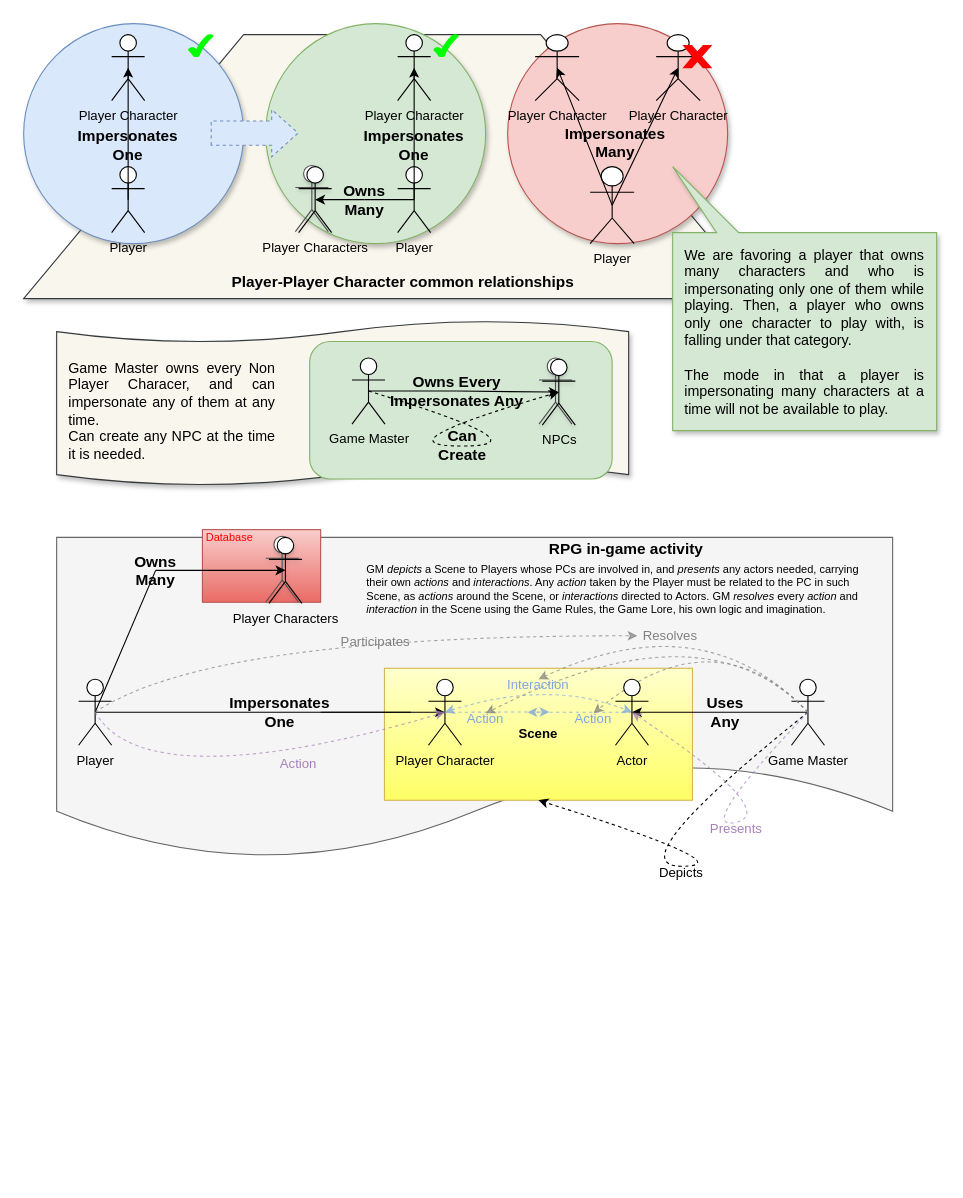
Earlier version of the draw.io diagram diagrams/Design.drawio (ManOguaR/Ontology). Source tidied: cells renumbered, new cells numbered last; positions are measured from the earlier drawing's top-left corner, leaving out a move shared by most shapes. Both pictures are drawn from the tidied source at 110%, with x=0, y=0 at pixel (23, 23).
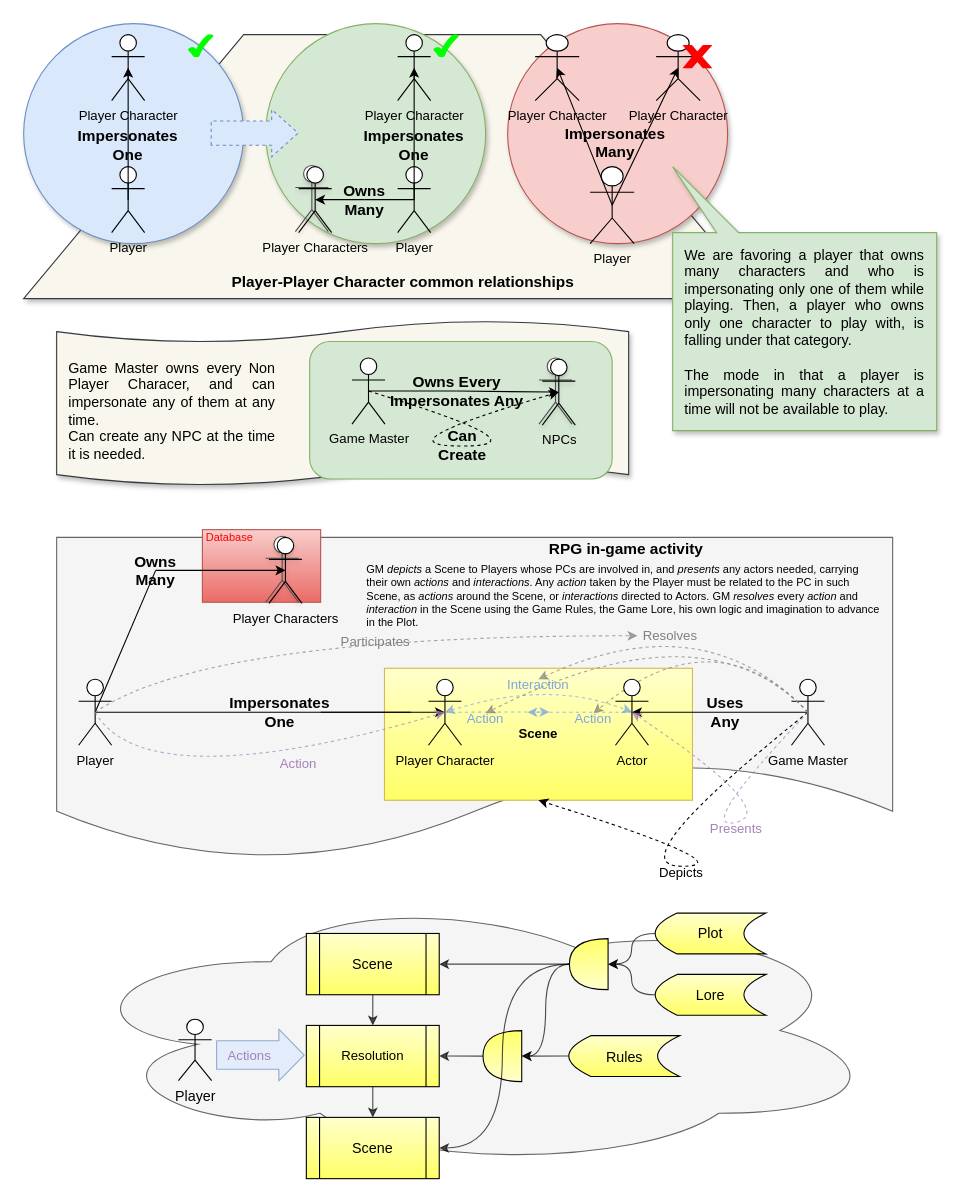
The same diagram, later.

The change refers to these unchanged cells:
```xml
<mxCell id="49" style="group;" parent="1" vertex="1">
  <mxGeometry x="30" y="460" width="760" height="322" as="geometry" />
</mxCell>
```

Diff of the diagram source:
```diff
@@
-    <mxCell id="86" value="GM&amp;nbsp;&lt;i&gt;depicts &lt;/i&gt;a Scene to Players whose PCs are involved in, and &lt;i&gt;presents &lt;/i&gt;any actors needed, carrying their own &lt;i&gt;actions&lt;/i&gt;&amp;nbsp;and &lt;i&gt;interactions&lt;/i&gt;. Any &lt;i&gt;action &lt;/i&gt;taken by the Player must be related to the PC in such Scene, as &lt;i&gt;actions&lt;/i&gt;&amp;nbsp;around the Scene, or &lt;i&gt;interactions&lt;/i&gt;&amp;nbsp;directed to Actors. GM &lt;i&gt;resolves&lt;/i&gt;&amp;nbsp;every &lt;i&gt;action&lt;/i&gt;&amp;nbsp;and &lt;i&gt;interaction&lt;/i&gt;&amp;nbsp;in the Scene using the Game Rules, the Game Lore, his own logic and imagination." style="text;html=1;strokeColor=none;fillColor=none;align=left;verticalAlign=top;whiteSpace=wrap;rounded=0;fontSize=10;fontColor=#000000;spacing=0;spacingTop=-4;spacingLeft=2;spacingRight=2;" parent="49" vertex="1">
-      <mxGeometry x="280" y="30" width="470" height="50" as="geometry" />
+    <mxCell id="86" value="GM&amp;nbsp;&lt;i&gt;depicts &lt;/i&gt;a Scene to Players whose PCs are involved in, and &lt;i&gt;presents &lt;/i&gt;any actors needed, carrying their own &lt;i&gt;actions&lt;/i&gt;&amp;nbsp;and &lt;i&gt;interactions&lt;/i&gt;. Any &lt;i&gt;action &lt;/i&gt;taken by the Player must be related to the PC in such Scene, as &lt;i&gt;actions&lt;/i&gt;&amp;nbsp;around the Scene, or &lt;i&gt;interactions&lt;/i&gt;&amp;nbsp;directed to Actors. GM &lt;i&gt;resolves&lt;/i&gt;&amp;nbsp;every &lt;i&gt;action&lt;/i&gt;&amp;nbsp;and &lt;i&gt;interaction&lt;/i&gt;&amp;nbsp;in the Scene using the Game Rules, the Game Lore, his own logic and imagination to advance in the Plot." style="text;html=1;strokeColor=none;fillColor=none;align=left;verticalAlign=top;whiteSpace=wrap;rounded=0;fontSize=10;fontColor=#000000;spacing=0;spacingTop=-4;spacingLeft=2;spacingRight=2;" parent="49" vertex="1">
+      <mxGeometry x="280" y="30" width="470" height="60" as="geometry" />
     </mxCell>
+    <mxCell id="87" style="group;" parent="1" vertex="1">
+      <mxGeometry x="40" y="790" width="740" height="260" as="geometry" />
+    </mxCell>
+    <mxCell id="88" style="ellipse;shape=cloud;whiteSpace=wrap;html=1;fontSize=12;fontColor=#333333;fillColor=#f5f5f5;strokeColor=#666666;" parent="87" vertex="1">
+      <mxGeometry width="740" height="250.7" as="geometry" />
+    </mxCell>
+    <mxCell id="89" value="Scene" style="shape=process;whiteSpace=wrap;html=1;backgroundOutline=1;fontSize=13;fontColor=#000000;fillColor=#FFFFCC;gradientColor=#FFFF66;" parent="87" vertex="1">
+      <mxGeometry x="217" y="37.1" width="120.8" height="55.7" as="geometry" />
+    </mxCell>
+    <mxCell id="90" value="Plot" style="shape=dataStorage;whiteSpace=wrap;html=1;fixedSize=1;fontSize=13;fontColor=#000000;fillColor=#FFFFCC;gradientColor=#FFFF66;" parent="87" vertex="1">
+      <mxGeometry x="534.1" y="18.6" width="100.7" height="37.1" as="geometry" />
+    </mxCell>
+    <mxCell id="91" value="Lore" style="shape=dataStorage;whiteSpace=wrap;html=1;fixedSize=1;fontSize=13;fontColor=#000000;fillColor=#FFFFCC;gradientColor=#FFFF66;" parent="87" vertex="1">
+      <mxGeometry x="534.1" y="74.3" width="100.7" height="37.1" as="geometry" />
+    </mxCell>
+    <mxCell id="92" style="edgeStyle=orthogonalEdgeStyle;curved=1;jettySize=auto;html=1;exitX=1;exitY=0.5;exitDx=0;exitDy=0;exitPerimeter=0;strokeColor=#000000;fontSize=13;fontColor=#000000;opacity=70;" parent="87" edge="1" source="93" target="89">
+      <mxGeometry relative="1" as="geometry" />
+    </mxCell>
+    <mxCell id="93" style="shape=or;whiteSpace=wrap;html=1;fontSize=13;fontColor=#000000;fillColor=#FFFFCC;gradientColor=#FFFF66;rotation=-180;" parent="87" vertex="1">
+      <mxGeometry x="456.1" y="41.8" width="35.2" height="46.4" as="geometry" />
+    </mxCell>
+    <mxCell id="94" style="edgeStyle=orthogonalEdgeStyle;curved=1;jettySize=auto;html=1;exitX=0;exitY=0.5;exitDx=0;exitDy=0;entryX=0;entryY=0.5;entryDx=0;entryDy=0;entryPerimeter=0;strokeColor=#000000;fontSize=13;fontColor=#000000;opacity=70;" parent="87" edge="1" source="90" target="93">
+      <mxGeometry relative="1" as="geometry" />
+    </mxCell>
+    <mxCell id="95" style="edgeStyle=orthogonalEdgeStyle;curved=1;jettySize=auto;html=1;exitX=0;exitY=0.5;exitDx=0;exitDy=0;strokeColor=#000000;fontSize=13;fontColor=#000000;opacity=70;" parent="87" edge="1" source="91" target="93">
+      <mxGeometry relative="1" as="geometry" />
+    </mxCell>
+    <mxCell id="96" value="Player" style="shape=umlActor;verticalLabelPosition=bottom;verticalAlign=top;html=1;fontSize=13;" parent="87" vertex="1">
+      <mxGeometry x="100.7" y="115.1" width="30.2" height="55.7" as="geometry" />
+    </mxCell>
+    <mxCell id="97" value="&lt;font style=&quot;font-size: 12px;&quot;&gt;Actions&lt;/font&gt;" style="shape=flexArrow;endArrow=classic;html=1;strokeColor=#6c8ebf;fontSize=13;fontColor=#A680B8;opacity=70;curved=1;width=26;endSize=7.33;fillColor=#dae8fc;labelBackgroundColor=none;" parent="87" edge="1">
+      <mxGeometry x="-0.25" relative="1" as="geometry">
+        <mxPoint x="134.9" y="147.6" as="sourcePoint" />
+        <mxPoint x="215.5" y="147.6" as="targetPoint" />
+      </mxGeometry>
+    </mxCell>
+    <mxCell id="98" value="&lt;font&gt;Resolution&lt;/font&gt;" style="shape=process;whiteSpace=wrap;html=1;backgroundOutline=1;fontSize=12;fontColor=#000000;fillColor=#FFFFCC;gradientColor=#FFFF66;" parent="87" vertex="1">
+      <mxGeometry x="217" y="120.7" width="120.8" height="55.7" as="geometry" />
+    </mxCell>
+    <mxCell id="99" style="edgeStyle=orthogonalEdgeStyle;curved=1;jettySize=auto;html=1;exitX=0.5;exitY=1;exitDx=0;exitDy=0;labelBackgroundColor=none;strokeColor=#000000;fontSize=12;fontColor=#A680B8;opacity=70;" parent="87" edge="1" source="89" target="98">
+      <mxGeometry relative="1" as="geometry" />
+    </mxCell>
+    <mxCell id="100" style="shape=or;whiteSpace=wrap;html=1;fontSize=13;fontColor=#000000;fillColor=#FFFFCC;gradientColor=#FFFF66;rotation=-180;" parent="87" vertex="1">
+      <mxGeometry x="377.6" y="125.4" width="35.2" height="46.4" as="geometry" />
+    </mxCell>
+    <mxCell id="101" style="edgeStyle=orthogonalEdgeStyle;curved=1;jettySize=auto;html=1;exitX=1;exitY=0.5;exitDx=0;exitDy=0;labelBackgroundColor=none;strokeColor=#000000;fontSize=12;fontColor=#000000;opacity=70;entryX=0;entryY=0.5;entryDx=0;entryDy=0;entryPerimeter=0;exitPerimeter=0;" parent="87" edge="1" source="93" target="100">
+      <mxGeometry relative="1" as="geometry" />
+    </mxCell>
+    <mxCell id="102" style="edgeStyle=orthogonalEdgeStyle;curved=1;jettySize=auto;html=1;exitX=1;exitY=0.5;exitDx=0;exitDy=0;exitPerimeter=0;entryX=1;entryY=0.5;entryDx=0;entryDy=0;labelBackgroundColor=none;strokeColor=#000000;fontSize=12;fontColor=#A680B8;opacity=70;" parent="87" edge="1" source="100" target="98">
+      <mxGeometry relative="1" as="geometry" />
+    </mxCell>
+    <mxCell id="103" style="edgeStyle=orthogonalEdgeStyle;curved=1;jettySize=auto;html=1;exitX=0;exitY=0.5;exitDx=0;exitDy=0;entryX=0;entryY=0.5;entryDx=0;entryDy=0;entryPerimeter=0;labelBackgroundColor=none;strokeColor=#000000;fontSize=12;fontColor=#000000;opacity=70;" parent="87" edge="1" source="104" target="100">
+      <mxGeometry relative="1" as="geometry" />
+    </mxCell>
+    <mxCell id="104" value="Rules" style="shape=dataStorage;whiteSpace=wrap;html=1;fixedSize=1;fontSize=13;fontColor=#000000;fillColor=#FFFFCC;gradientColor=#FFFF66;" parent="87" vertex="1">
+      <mxGeometry x="455.6" y="130" width="100.7" height="37.1" as="geometry" />
+    </mxCell>
+    <mxCell id="105" value="Scene" style="shape=process;whiteSpace=wrap;html=1;backgroundOutline=1;fontSize=13;fontColor=#000000;fillColor=#FFFFCC;gradientColor=#FFFF66;" parent="87" vertex="1">
+      <mxGeometry x="217" y="204.3" width="120.8" height="55.7" as="geometry" />
+    </mxCell>
+    <mxCell id="106" style="edgeStyle=orthogonalEdgeStyle;curved=1;jettySize=auto;html=1;exitX=1;exitY=0.5;exitDx=0;exitDy=0;exitPerimeter=0;entryX=1;entryY=0.5;entryDx=0;entryDy=0;labelBackgroundColor=none;strokeColor=#000000;fontSize=12;fontColor=#000000;opacity=70;" parent="87" edge="1" source="93" target="105">
+      <mxGeometry relative="1" as="geometry">
+        <Array as="points">
+          <mxPoint x="395.2" y="65" />
+          <mxPoint x="395.2" y="232.1" />
+        </Array>
+      </mxGeometry>
+    </mxCell>
+    <mxCell id="107" style="edgeStyle=orthogonalEdgeStyle;curved=1;jettySize=auto;html=1;exitX=0.5;exitY=1;exitDx=0;exitDy=0;entryX=0.5;entryY=0;entryDx=0;entryDy=0;labelBackgroundColor=none;strokeColor=#000000;fontSize=12;fontColor=#000000;opacity=70;" parent="87" edge="1" source="98" target="105">
+      <mxGeometry relative="1" as="geometry" />
+    </mxCell>
```
